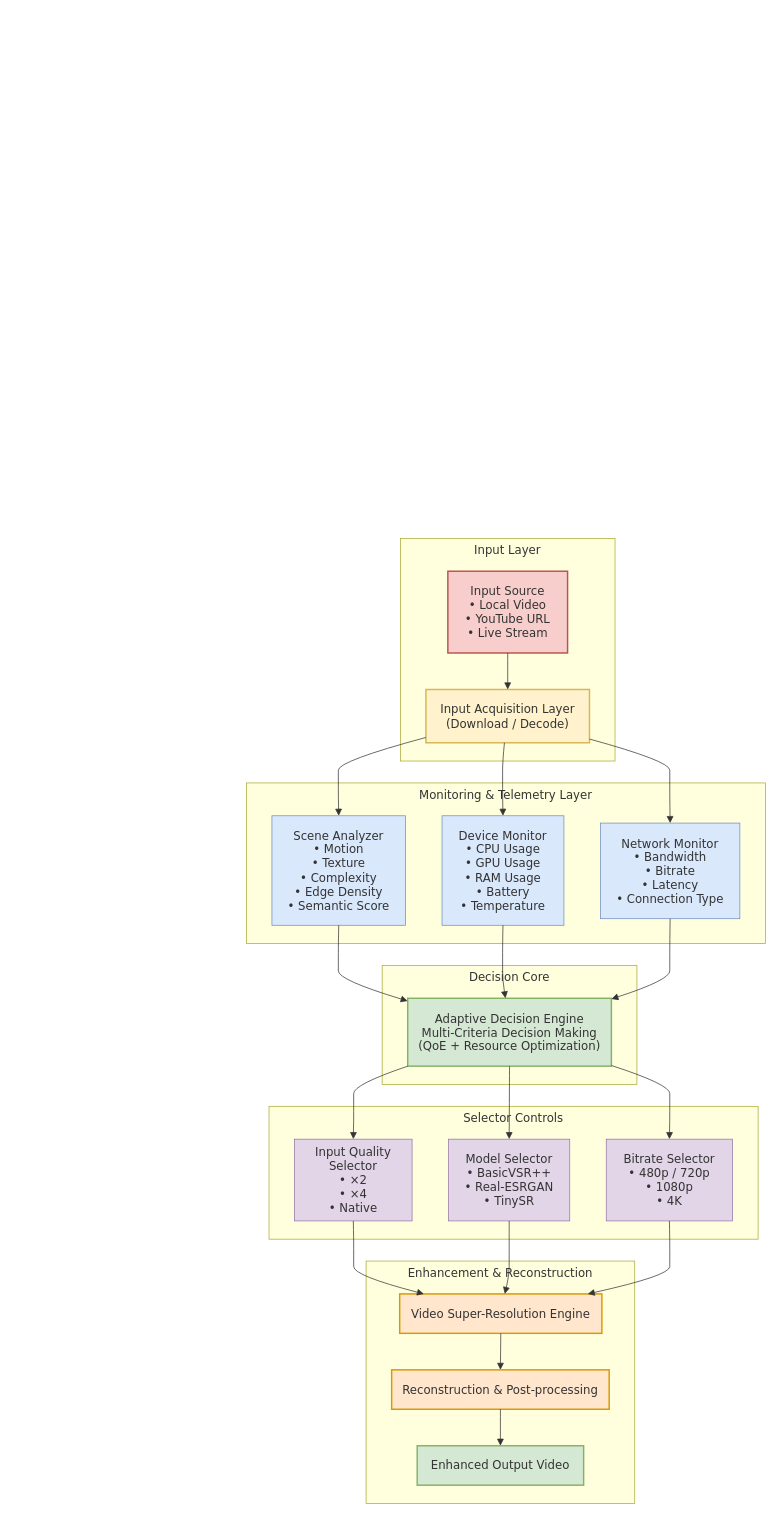
AbishekR05/AdaptiveSR keeps this draw.io diagram as Phase1.drawio. Above is the earlier version. Source tidied: cells renumbered, new cells numbered last; positions are measured from the earlier drawing's top-left corner, leaving out a move shared by most shapes. Both pictures are drawn from the tidied source at 73%, with x=0, y=0 at pixel (12, 12).
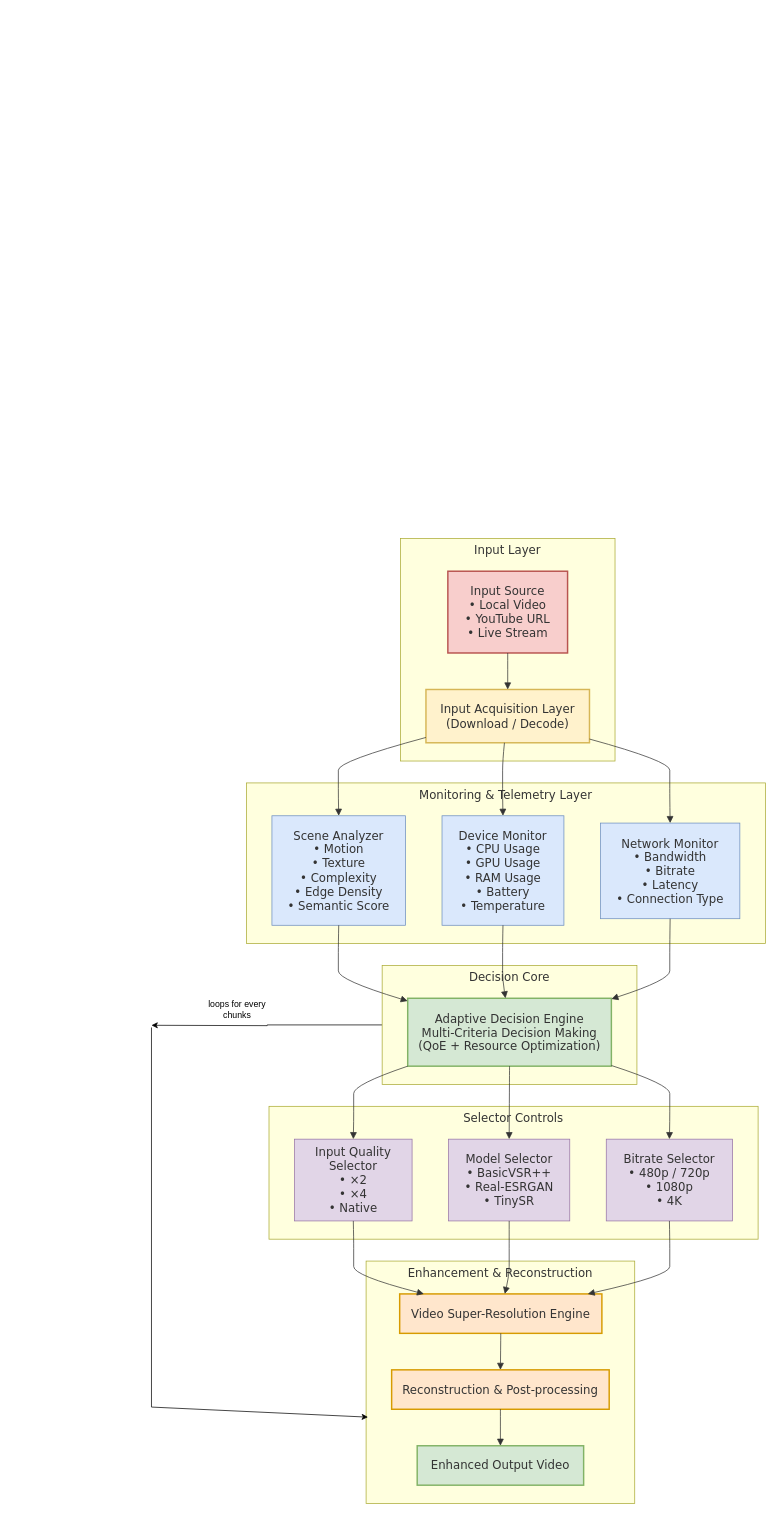
After the change.

Unchanged cells that the change refers to:
```xml
<mxCell id="11" value="Decision Core" style="html=1;whiteSpace=wrap;strokeWidth=1;verticalAlign=top;fillColor=light-dark(#ffffde,#1f2020);strokeColor=light-dark(#aaaa33,#cccccc);fontColor=light-dark(#333333,#cccccc);fontFamily=Trebuchet MS,Verdana,Arial,sans-serif;fontSize=16;" parent="2" vertex="1">
  <mxGeometry x="506" y="1305" width="349" height="163" as="geometry" />
</mxCell>
<mxCell id="17" value="Enhancement &amp; Reconstruction" style="html=1;whiteSpace=wrap;strokeWidth=1;verticalAlign=top;fillColor=light-dark(#ffffde,#1f2020);strokeColor=light-dark(#aaaa33,#cccccc);fontColor=light-dark(#333333,#cccccc);fontFamily=Trebuchet MS,Verdana,Arial,sans-serif;fontSize=16;" parent="2" vertex="1">
  <mxGeometry x="484" y="1710" width="368" height="332" as="geometry" />
</mxCell>
```

What changed in the source:
```diff
@@
     <mxCell id="2" style="group;transparentBounds=1;editIcon=1;lockedGroup=0;groupPadding=10;" parent="1" vertex="1">
-      <mxGeometry as="geometry" />
+      <mxGeometry width="365" height="1390" as="geometry" />
     </mxCell>
@@
+    <mxCell id="35" style="edgeStyle=orthogonalEdgeStyle;rounded=0;jettySize=auto;html=1;exitX=0;exitY=0.5;exitDx=0;exitDy=0;" parent="2" edge="1" source="11">
+      <mxGeometry relative="1" as="geometry">
+        <mxPoint x="190" y="1387" as="targetPoint" />
+      </mxGeometry>
+    </mxCell>
@@
+    <mxCell id="36" value="loops for every chunks" style="text;html=1;whiteSpace=wrap;strokeColor=none;fillColor=none;align=center;verticalAlign=middle;rounded=0;" parent="2" vertex="1">
+      <mxGeometry x="260" y="1350" width="95" height="30" as="geometry" />
+    </mxCell>
+    <mxCell id="37" style="endArrow=none;html=1;rounded=0;" parent="1" edge="1">
+      <mxGeometry relative="1" as="geometry">
+        <mxPoint x="190" y="1910" as="sourcePoint" />
+        <mxPoint x="190" y="1390" as="targetPoint" />
+      </mxGeometry>
+    </mxCell>
+    <mxCell id="38" style="endArrow=classic;html=1;rounded=0;entryX=0.007;entryY=0.644;entryDx=0;entryDy=0;entryPerimeter=0;" parent="1" edge="1" target="17">
+      <mxGeometry relative="1" as="geometry">
+        <mxPoint x="190" y="1910" as="sourcePoint" />
+      </mxGeometry>
+    </mxCell>
```
